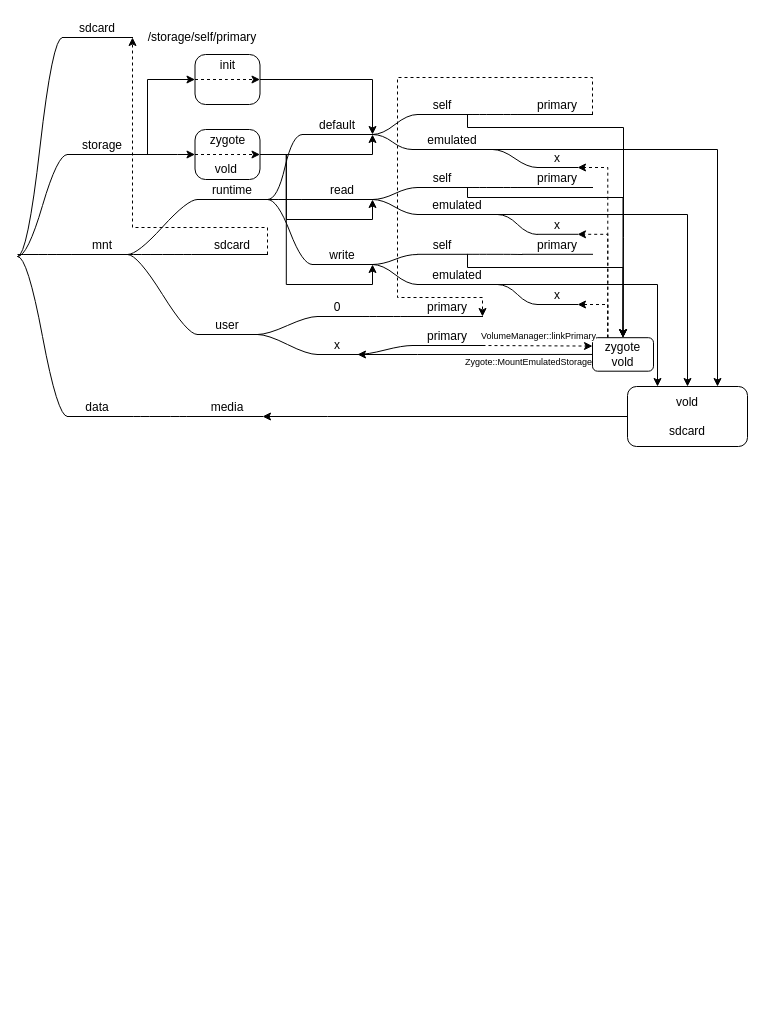
f23505106/drawio keeps this draw.io diagram as android-6.0-sdcard-struct.drawio. Above is the earlier version. Source tidied: cells renumbered, new cells numbered last; positions are measured from the earlier drawing's top-left corner, leaving out a move shared by most shapes. Both pictures are drawn from the tidied source at 100%, with x=0, y=0 at pixel (17, 17).
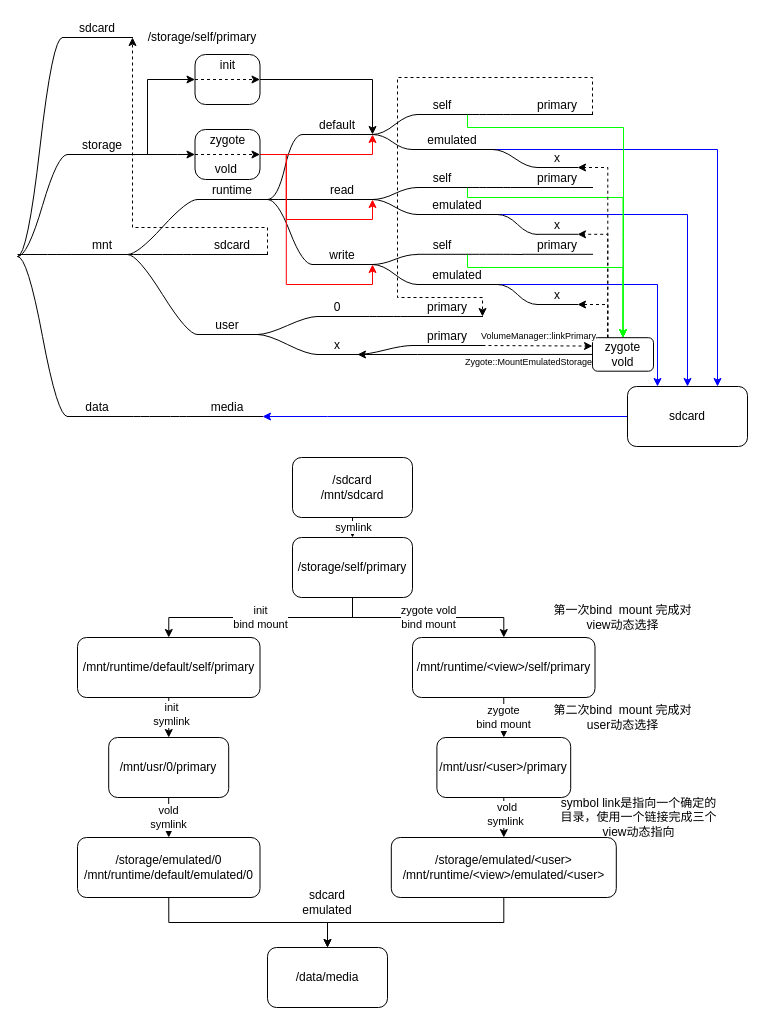
The same page after the edit.

The change refers to these unchanged cells:
```xml
<mxCell id="25" value="default" style="whiteSpace=wrap;html=1;shape=partialRectangle;top=0;left=0;bottom=1;right=0;points=[[0,1],[1,1]];fillColor=none;align=center;verticalAlign=bottom;routingCenterY=0.5;snapToPoint=1;newEdgeStyle={&quot;edgeStyle&quot;:&quot;entityRelationEdgeStyle&quot;,&quot;startArrow&quot;:&quot;none&quot;,&quot;endArrow&quot;:&quot;none&quot;,&quot;segment&quot;:10,&quot;curved&quot;:1};" parent="1" vertex="1">
  <mxGeometry x="285" y="97" width="70" height="20" as="geometry" />
</mxCell>
<mxCell id="27" value="read" style="whiteSpace=wrap;html=1;shape=partialRectangle;top=0;left=0;bottom=1;right=0;points=[[0,1],[1,1]];fillColor=none;align=center;verticalAlign=bottom;routingCenterY=0.5;snapToPoint=1;newEdgeStyle={&quot;edgeStyle&quot;:&quot;entityRelationEdgeStyle&quot;,&quot;startArrow&quot;:&quot;none&quot;,&quot;endArrow&quot;:&quot;none&quot;,&quot;segment&quot;:10,&quot;curved&quot;:1};" parent="1" vertex="1">
  <mxGeometry x="295" y="162" width="60" height="20" as="geometry" />
</mxCell>
<mxCell id="29" value="write" style="whiteSpace=wrap;html=1;shape=partialRectangle;top=0;left=0;bottom=1;right=0;points=[[0,1],[1,1]];fillColor=none;align=center;verticalAlign=bottom;routingCenterY=0.5;snapToPoint=1;newEdgeStyle={&quot;edgeStyle&quot;:&quot;entityRelationEdgeStyle&quot;,&quot;startArrow&quot;:&quot;none&quot;,&quot;endArrow&quot;:&quot;none&quot;,&quot;segment&quot;:10,&quot;curved&quot;:1};" parent="1" vertex="1">
  <mxGeometry x="295" y="227" width="60" height="20" as="geometry" />
</mxCell>
<mxCell id="31" value="self" style="whiteSpace=wrap;html=1;shape=partialRectangle;top=0;left=0;bottom=1;right=0;points=[[0,1],[1,1]];fillColor=none;align=center;verticalAlign=bottom;routingCenterY=0.5;snapToPoint=1;newEdgeStyle={&quot;edgeStyle&quot;:&quot;entityRelationEdgeStyle&quot;,&quot;startArrow&quot;:&quot;none&quot;,&quot;endArrow&quot;:&quot;none&quot;,&quot;segment&quot;:10,&quot;curved&quot;:1};" parent="1" vertex="1">
  <mxGeometry x="400" y="77" width="50" height="20" as="geometry" />
</mxCell>
<mxCell id="34" value="emulated" style="whiteSpace=wrap;html=1;shape=partialRectangle;top=0;left=0;bottom=1;right=0;points=[[0,1],[1,1]];fillColor=none;align=center;verticalAlign=bottom;routingCenterY=0.5;snapToPoint=1;newEdgeStyle={&quot;edgeStyle&quot;:&quot;entityRelationEdgeStyle&quot;,&quot;startArrow&quot;:&quot;none&quot;,&quot;endArrow&quot;:&quot;none&quot;,&quot;segment&quot;:10,&quot;curved&quot;:1};" parent="1" vertex="1">
  <mxGeometry x="395" y="112" width="80" height="20" as="geometry" />
</mxCell>
<mxCell id="36" value="self" style="whiteSpace=wrap;html=1;shape=partialRectangle;top=0;left=0;bottom=1;right=0;points=[[0,1],[1,1]];fillColor=none;align=center;verticalAlign=bottom;routingCenterY=0.5;snapToPoint=1;newEdgeStyle={&quot;edgeStyle&quot;:&quot;entityRelationEdgeStyle&quot;,&quot;startArrow&quot;:&quot;none&quot;,&quot;endArrow&quot;:&quot;none&quot;,&quot;segment&quot;:10,&quot;curved&quot;:1};" parent="1" vertex="1">
  <mxGeometry x="400" y="150" width="50" height="20" as="geometry" />
</mxCell>
<mxCell id="39" value="emulated" style="whiteSpace=wrap;html=1;shape=partialRectangle;top=0;left=0;bottom=1;right=0;points=[[0,1],[1,1]];fillColor=none;align=center;verticalAlign=bottom;routingCenterY=0.5;snapToPoint=1;newEdgeStyle={&quot;edgeStyle&quot;:&quot;entityRelationEdgeStyle&quot;,&quot;startArrow&quot;:&quot;none&quot;,&quot;endArrow&quot;:&quot;none&quot;,&quot;segment&quot;:10,&quot;curved&quot;:1};" parent="1" vertex="1">
  <mxGeometry x="400" y="177" width="80" height="20" as="geometry" />
</mxCell>
<mxCell id="41" value="self" style="whiteSpace=wrap;html=1;shape=partialRectangle;top=0;left=0;bottom=1;right=0;points=[[0,1],[1,1]];fillColor=none;align=center;verticalAlign=bottom;routingCenterY=0.5;snapToPoint=1;newEdgeStyle={&quot;edgeStyle&quot;:&quot;entityRelationEdgeStyle&quot;,&quot;startArrow&quot;:&quot;none&quot;,&quot;endArrow&quot;:&quot;none&quot;,&quot;segment&quot;:10,&quot;curved&quot;:1};" parent="1" vertex="1">
  <mxGeometry x="400" y="216.8" width="50" height="20" as="geometry" />
</mxCell>
<mxCell id="44" value="emulated" style="whiteSpace=wrap;html=1;shape=partialRectangle;top=0;left=0;bottom=1;right=0;points=[[0,1],[1,1]];fillColor=none;align=center;verticalAlign=bottom;routingCenterY=0.5;snapToPoint=1;newEdgeStyle={&quot;edgeStyle&quot;:&quot;entityRelationEdgeStyle&quot;,&quot;startArrow&quot;:&quot;none&quot;,&quot;endArrow&quot;:&quot;none&quot;,&quot;segment&quot;:10,&quot;curved&quot;:1};" parent="1" vertex="1">
  <mxGeometry x="400" y="247" width="80" height="20" as="geometry" />
</mxCell>
<mxCell id="47" value="media" style="whiteSpace=wrap;html=1;shape=partialRectangle;top=0;left=0;bottom=1;right=0;points=[[0,1],[1,1]];fillColor=none;align=center;verticalAlign=bottom;routingCenterY=0.5;snapToPoint=1;newEdgeStyle={&quot;edgeStyle&quot;:&quot;entityRelationEdgeStyle&quot;,&quot;startArrow&quot;:&quot;none&quot;,&quot;endArrow&quot;:&quot;none&quot;,&quot;segment&quot;:10,&quot;curved&quot;:1};" parent="1" vertex="1">
  <mxGeometry x="175" y="379" width="70" height="20" as="geometry" />
</mxCell>
<mxCell id="55" value="zygote&lt;br&gt;&lt;br&gt;vold&amp;nbsp;" style="rounded=1;whiteSpace=wrap;html=1;arcSize=21;" parent="1" vertex="1">
  <mxGeometry x="177.5" y="112" width="65" height="50" as="geometry" />
</mxCell>
<mxCell id="74" value="zygote&lt;br&gt;vold" style="rounded=1;whiteSpace=wrap;html=1;" parent="1" vertex="1">
  <mxGeometry x="575" y="320.2" width="61" height="33.5" as="geometry" />
</mxCell>
```

Change to the diagram source:
```diff
@@
-    <mxCell id="33" style="edgeStyle=orthogonalEdgeStyle;rounded=0;jettySize=auto;html=1;exitX=1;exitY=1;exitDx=0;exitDy=0;entryX=0.75;entryY=0;entryDx=0;entryDy=0;" parent="1" edge="1" source="34" target="57">
+    <mxCell id="33" style="edgeStyle=orthogonalEdgeStyle;rounded=0;jettySize=auto;html=1;exitX=1;exitY=1;exitDx=0;exitDy=0;entryX=0.75;entryY=0;entryDx=0;entryDy=0;strokeColor=#0000FF;" parent="1" edge="1" source="34" target="57">
       <mxGeometry relative="1" as="geometry">
         <Array as="points">
           <mxPoint x="700" y="132" />
         </Array>
       </mxGeometry>
     </mxCell>
@@
-    <mxCell id="38" style="edgeStyle=orthogonalEdgeStyle;rounded=0;jettySize=auto;html=1;exitX=1;exitY=1;exitDx=0;exitDy=0;entryX=0.5;entryY=0;entryDx=0;entryDy=0;" parent="1" edge="1" source="39" target="57">
+    <mxCell id="38" style="edgeStyle=orthogonalEdgeStyle;rounded=0;jettySize=auto;html=1;exitX=1;exitY=1;exitDx=0;exitDy=0;entryX=0.5;entryY=0;entryDx=0;entryDy=0;strokeColor=#0000FF;" parent="1" edge="1" source="39" target="57">
       <mxGeometry relative="1" as="geometry">
         <Array as="points">
           <mxPoint x="670" y="197" />
         </Array>
       </mxGeometry>
     </mxCell>
@@
-    <mxCell id="43" style="edgeStyle=orthogonalEdgeStyle;rounded=0;jettySize=auto;html=1;exitX=1;exitY=1;exitDx=0;exitDy=0;entryX=0.25;entryY=0;entryDx=0;entryDy=0;" parent="1" edge="1" source="44" target="57">
+    <mxCell id="43" style="edgeStyle=orthogonalEdgeStyle;rounded=0;jettySize=auto;html=1;exitX=1;exitY=1;exitDx=0;exitDy=0;entryX=0.25;entryY=0;entryDx=0;entryDy=0;strokeColor=#0000FF;" parent="1" edge="1" source="44" target="57">
       <mxGeometry relative="1" as="geometry">
         <Array as="points">
           <mxPoint x="640" y="267" />
         </Array>
       </mxGeometry>
     </mxCell>
@@
-    <mxCell id="46" style="edgeStyle=orthogonalEdgeStyle;rounded=0;jettySize=auto;html=1;exitX=1;exitY=1;exitDx=0;exitDy=0;entryX=0;entryY=0.5;entryDx=0;entryDy=0;startArrow=classic;startFill=1;endArrow=none;endFill=0;" parent="1" edge="1" source="47" target="57">
+    <mxCell id="46" style="edgeStyle=orthogonalEdgeStyle;rounded=0;jettySize=auto;html=1;exitX=1;exitY=1;exitDx=0;exitDy=0;entryX=0;entryY=0.5;entryDx=0;entryDy=0;startArrow=classic;startFill=1;endArrow=none;endFill=0;strokeColor=#0000FF;" parent="1" edge="1" source="47" target="57">
       <mxGeometry relative="1" as="geometry">
         <Array as="points">
           <mxPoint x="310" y="399" />
           <mxPoint x="310" y="399" />
         </Array>
       </mxGeometry>
     </mxCell>
@@
-    <mxCell id="52" style="edgeStyle=orthogonalEdgeStyle;rounded=0;jettySize=auto;html=1;exitX=1;exitY=0.5;exitDx=0;exitDy=0;entryX=1;entryY=1;entryDx=0;entryDy=0;" parent="1" edge="1" source="55" target="25">
+    <mxCell id="52" style="edgeStyle=orthogonalEdgeStyle;rounded=0;jettySize=auto;html=1;exitX=1;exitY=0.5;exitDx=0;exitDy=0;entryX=1;entryY=1;entryDx=0;entryDy=0;strokeColor=#FF0000;" parent="1" edge="1" source="55" target="25">
       <mxGeometry relative="1" as="geometry">
         <Array as="points">
           <mxPoint x="355" y="137" />
         </Array>
       </mxGeometry>
     </mxCell>
-    <mxCell id="53" style="edgeStyle=orthogonalEdgeStyle;rounded=0;jettySize=auto;html=1;exitX=1;exitY=0.5;exitDx=0;exitDy=0;entryX=1;entryY=1;entryDx=0;entryDy=0;" parent="1" edge="1" source="55" target="27">
+    <mxCell id="53" style="edgeStyle=orthogonalEdgeStyle;rounded=0;jettySize=auto;html=1;exitX=1;exitY=0.5;exitDx=0;exitDy=0;entryX=1;entryY=1;entryDx=0;entryDy=0;strokeColor=#FF0000;" parent="1" edge="1" source="55" target="27">
       <mxGeometry relative="1" as="geometry" />
     </mxCell>
-    <mxCell id="54" style="edgeStyle=orthogonalEdgeStyle;rounded=0;jettySize=auto;html=1;exitX=1;exitY=0.5;exitDx=0;exitDy=0;entryX=1;entryY=1;entryDx=0;entryDy=0;" parent="1" edge="1" source="55" target="29">
+    <mxCell id="54" style="edgeStyle=orthogonalEdgeStyle;rounded=0;jettySize=auto;html=1;exitX=1;exitY=0.5;exitDx=0;exitDy=0;entryX=1;entryY=1;entryDx=0;entryDy=0;strokeColor=#FF0000;" parent="1" edge="1" source="55" target="29">
       <mxGeometry relative="1" as="geometry" />
     </mxCell>
@@
-    <mxCell id="57" value="vold&lt;br&gt;&lt;br&gt;sdcard" style="rounded=1;whiteSpace=wrap;html=1;" parent="1" vertex="1">
+    <mxCell id="57" value="sdcard" style="rounded=1;whiteSpace=wrap;html=1;" parent="1" vertex="1">
       <mxGeometry x="610" y="369" width="120" height="60" as="geometry" />
     </mxCell>
@@
-    <mxCell id="61" style="edgeStyle=orthogonalEdgeStyle;rounded=0;jettySize=auto;html=1;entryX=0.5;entryY=0;entryDx=0;entryDy=0;startArrow=none;startFill=0;endArrow=classic;endFill=1;exitX=1;exitY=1;exitDx=0;exitDy=0;" parent="1" edge="1" source="31" target="74">
+    <mxCell id="61" style="edgeStyle=orthogonalEdgeStyle;rounded=0;jettySize=auto;html=1;entryX=0.5;entryY=0;entryDx=0;entryDy=0;startArrow=none;startFill=0;endArrow=classic;endFill=1;exitX=1;exitY=1;exitDx=0;exitDy=0;strokeColor=#00FF00;" parent="1" edge="1" source="31" target="74">
       <mxGeometry relative="1" as="geometry">
         <Array as="points">
           <mxPoint x="450" y="110" />
           <mxPoint x="606" y="110" />
           <mxPoint x="606" y="220" />
         </Array>
       </mxGeometry>
     </mxCell>
@@
-    <mxCell id="64" style="edgeStyle=orthogonalEdgeStyle;rounded=0;jettySize=auto;html=1;exitX=1;exitY=1;exitDx=0;exitDy=0;entryX=0.5;entryY=0;entryDx=0;entryDy=0;startArrow=none;startFill=0;endArrow=classic;endFill=1;" parent="1" edge="1" source="36" target="74">
+    <mxCell id="64" style="edgeStyle=orthogonalEdgeStyle;rounded=0;jettySize=auto;html=1;exitX=1;exitY=1;exitDx=0;exitDy=0;entryX=0.5;entryY=0;entryDx=0;entryDy=0;startArrow=none;startFill=0;endArrow=classic;endFill=1;strokeColor=#00FF00;" parent="1" edge="1" source="36" target="74">
       <mxGeometry relative="1" as="geometry">
         <Array as="points">
           <mxPoint x="450" y="180" />
           <mxPoint x="606" y="180" />
         </Array>
       </mxGeometry>
     </mxCell>
@@
-    <mxCell id="67" style="edgeStyle=orthogonalEdgeStyle;rounded=0;jettySize=auto;html=1;exitX=1;exitY=1;exitDx=0;exitDy=0;entryX=0.5;entryY=0;entryDx=0;entryDy=0;startArrow=none;startFill=0;endArrow=classic;endFill=1;" parent="1" edge="1" source="41" target="74">
+    <mxCell id="67" style="edgeStyle=orthogonalEdgeStyle;rounded=0;jettySize=auto;html=1;exitX=1;exitY=1;exitDx=0;exitDy=0;entryX=0.5;entryY=0;entryDx=0;entryDy=0;startArrow=none;startFill=0;endArrow=classic;endFill=1;strokeColor=#00FF00;" parent="1" edge="1" source="41" target="74">
       <mxGeometry relative="1" as="geometry">
         <Array as="points">
           <mxPoint x="450" y="250" />
           <mxPoint x="606" y="250" />
         </Array>
       </mxGeometry>
     </mxCell>
@@
+    <mxCell id="85" value="init&lt;br&gt;bind mount" style="edgeStyle=orthogonalEdgeStyle;rounded=0;jettySize=auto;html=1;exitX=0.5;exitY=1;exitDx=0;exitDy=0;entryX=0.5;entryY=0;entryDx=0;entryDy=0;startArrow=none;startFill=0;endArrow=classic;endFill=1;" parent="1" edge="1" source="87" target="93">
+      <mxGeometry relative="1" as="geometry" />
+    </mxCell>
+    <mxCell id="86" value="zygote vold&lt;br&gt;bind mount" style="edgeStyle=orthogonalEdgeStyle;rounded=0;jettySize=auto;html=1;exitX=0.5;exitY=1;exitDx=0;exitDy=0;startArrow=none;startFill=0;endArrow=classic;endFill=1;" parent="1" edge="1" source="87" target="100">
+      <mxGeometry relative="1" as="geometry" />
+    </mxCell>
+    <mxCell id="87" value="&lt;span&gt;/storage/self/primary&lt;/span&gt;" style="rounded=1;whiteSpace=wrap;html=1;" parent="1" vertex="1">
+      <mxGeometry x="275" y="520" width="120" height="60" as="geometry" />
+    </mxCell>
+    <mxCell id="88" style="edgeStyle=orthogonalEdgeStyle;rounded=0;jettySize=auto;html=1;exitX=0.5;exitY=1;exitDx=0;exitDy=0;entryX=0.5;entryY=0;entryDx=0;entryDy=0;startArrow=none;startFill=0;endArrow=classic;endFill=1;" parent="1" edge="1" source="90" target="87">
+      <mxGeometry relative="1" as="geometry" />
+    </mxCell>
+    <mxCell id="89" value="symlink" style="edgeLabel;html=1;align=center;verticalAlign=middle;" parent="88" vertex="1">
+      <mxGeometry x="-0.13" relative="1" as="geometry" />
+    </mxCell>
+    <mxCell id="90" value="/sdcard&lt;br&gt;/mnt/sdcard" style="rounded=1;whiteSpace=wrap;html=1;" parent="1" vertex="1">
+      <mxGeometry x="275" y="440" width="120" height="60" as="geometry" />
+    </mxCell>
+    <mxCell id="91" style="edgeStyle=orthogonalEdgeStyle;rounded=0;jettySize=auto;html=1;exitX=0.5;exitY=1;exitDx=0;exitDy=0;entryX=0.5;entryY=0;entryDx=0;entryDy=0;startArrow=none;startFill=0;endArrow=classic;endFill=1;" parent="1" edge="1" source="93" target="95">
+      <mxGeometry relative="1" as="geometry" />
+    </mxCell>
+    <mxCell id="92" value="init&lt;br&gt;symlink" style="edgeLabel;html=1;align=center;verticalAlign=middle;" parent="91" vertex="1">
+      <mxGeometry x="-0.14" y="2" relative="1" as="geometry" />
+    </mxCell>
+    <mxCell id="93" value="/mnt/runtime/default/self/primary" style="rounded=1;whiteSpace=wrap;html=1;" parent="1" vertex="1">
+      <mxGeometry x="60" y="620" width="182.5" height="60" as="geometry" />
+    </mxCell>
+    <mxCell id="94" value="vold&lt;br&gt;symlink" style="edgeStyle=orthogonalEdgeStyle;rounded=0;jettySize=auto;html=1;exitX=0.5;exitY=1;exitDx=0;exitDy=0;entryX=0.5;entryY=0;entryDx=0;entryDy=0;startArrow=none;startFill=0;endArrow=classic;endFill=1;" parent="1" edge="1" source="95" target="98">
+      <mxGeometry relative="1" as="geometry" />
+    </mxCell>
+    <mxCell id="95" value="/mnt/usr/0/primary" style="rounded=1;whiteSpace=wrap;html=1;" parent="1" vertex="1">
+      <mxGeometry x="91.2" y="720" width="120" height="60" as="geometry" />
+    </mxCell>
+    <mxCell id="96" value="/data/media" style="rounded=1;whiteSpace=wrap;html=1;" parent="1" vertex="1">
+      <mxGeometry x="250" y="930" width="120" height="60" as="geometry" />
+    </mxCell>
+    <mxCell id="97" style="edgeStyle=orthogonalEdgeStyle;rounded=0;jettySize=auto;html=1;exitX=0.5;exitY=1;exitDx=0;exitDy=0;startArrow=none;startFill=0;endArrow=classic;endFill=1;" parent="1" edge="1" source="98" target="96">
+      <mxGeometry relative="1" as="geometry" />
+    </mxCell>
+    <mxCell id="98" value="/storage/emulated/0&lt;br&gt;/mnt/runtime/default/emulated/0" style="rounded=1;whiteSpace=wrap;html=1;" parent="1" vertex="1">
+      <mxGeometry x="60" y="820" width="182.5" height="60" as="geometry" />
+    </mxCell>
+    <mxCell id="99" value="zygote&lt;br&gt;bind mount" style="edgeStyle=orthogonalEdgeStyle;rounded=0;jettySize=auto;html=1;exitX=0.5;exitY=1;exitDx=0;exitDy=0;startArrow=none;startFill=0;endArrow=classic;endFill=1;" parent="1" edge="1" source="100" target="103">
+      <mxGeometry relative="1" as="geometry" />
+    </mxCell>
+    <mxCell id="100" value="/mnt/runtime/&amp;lt;view&amp;gt;/self/primary" style="rounded=1;whiteSpace=wrap;html=1;" parent="1" vertex="1">
+      <mxGeometry x="395" y="620" width="182.5" height="60" as="geometry" />
+    </mxCell>
+    <mxCell id="101" style="edgeStyle=orthogonalEdgeStyle;rounded=0;jettySize=auto;html=1;exitX=0.5;exitY=1;exitDx=0;exitDy=0;startArrow=none;startFill=0;endArrow=classic;endFill=1;" parent="1" edge="1" source="103" target="105">
+      <mxGeometry relative="1" as="geometry" />
+    </mxCell>
+    <mxCell id="102" value="&amp;nbsp;vold&lt;br&gt;symlink" style="edgeLabel;html=1;align=center;verticalAlign=middle;" parent="101" vertex="1">
+      <mxGeometry x="-0.19" y="1" relative="1" as="geometry" />
+    </mxCell>
+    <mxCell id="103" value="/mnt/usr/&amp;lt;user&amp;gt;/primary" style="rounded=1;whiteSpace=wrap;html=1;" parent="1" vertex="1">
+      <mxGeometry x="419.4" y="720" width="133.8" height="60" as="geometry" />
+    </mxCell>
+    <mxCell id="104" style="edgeStyle=orthogonalEdgeStyle;rounded=0;jettySize=auto;html=1;exitX=0.5;exitY=1;exitDx=0;exitDy=0;startArrow=none;startFill=0;endArrow=classic;endFill=1;" parent="1" edge="1" source="105" target="96">
+      <mxGeometry relative="1" as="geometry" />
+    </mxCell>
+    <mxCell id="105" value="/storage/emulated/&amp;lt;user&amp;gt;&lt;br&gt;/mnt/runtime/&amp;lt;view&amp;gt;/emulated/&amp;lt;user&amp;gt;" style="rounded=1;whiteSpace=wrap;html=1;" parent="1" vertex="1">
+      <mxGeometry x="373.8" y="820" width="225" height="60" as="geometry" />
+    </mxCell>
+    <mxCell id="106" value="sdcard&lt;br&gt;emulated" style="text;html=1;strokeColor=none;fillColor=none;align=center;verticalAlign=middle;whiteSpace=wrap;rounded=0;" parent="1" vertex="1">
+      <mxGeometry x="270" y="860" width="80" height="50" as="geometry" />
+    </mxCell>
+    <mxCell id="107" value="第一次bind&amp;nbsp; mount 完成对view动态选择" style="text;html=1;strokeColor=none;fillColor=none;align=center;verticalAlign=middle;whiteSpace=wrap;rounded=0;" parent="1" vertex="1">
+      <mxGeometry x="527.1" y="590" width="156.9" height="20" as="geometry" />
+    </mxCell>
+    <mxCell id="108" value="第二次bind&amp;nbsp; mount 完成对user动态选择" style="text;html=1;strokeColor=none;fillColor=none;align=center;verticalAlign=middle;whiteSpace=wrap;rounded=0;" parent="1" vertex="1">
+      <mxGeometry x="527.1" y="690" width="156.9" height="20" as="geometry" />
+    </mxCell>
+    <mxCell id="109" value="symbol link是指向一个确定的目录，使用一个链接完成三个view动态指向" style="text;html=1;strokeColor=none;fillColor=none;align=center;verticalAlign=middle;whiteSpace=wrap;rounded=0;" parent="1" vertex="1">
+      <mxGeometry x="540" y="790" width="162.5" height="20" as="geometry" />
+    </mxCell>
```
